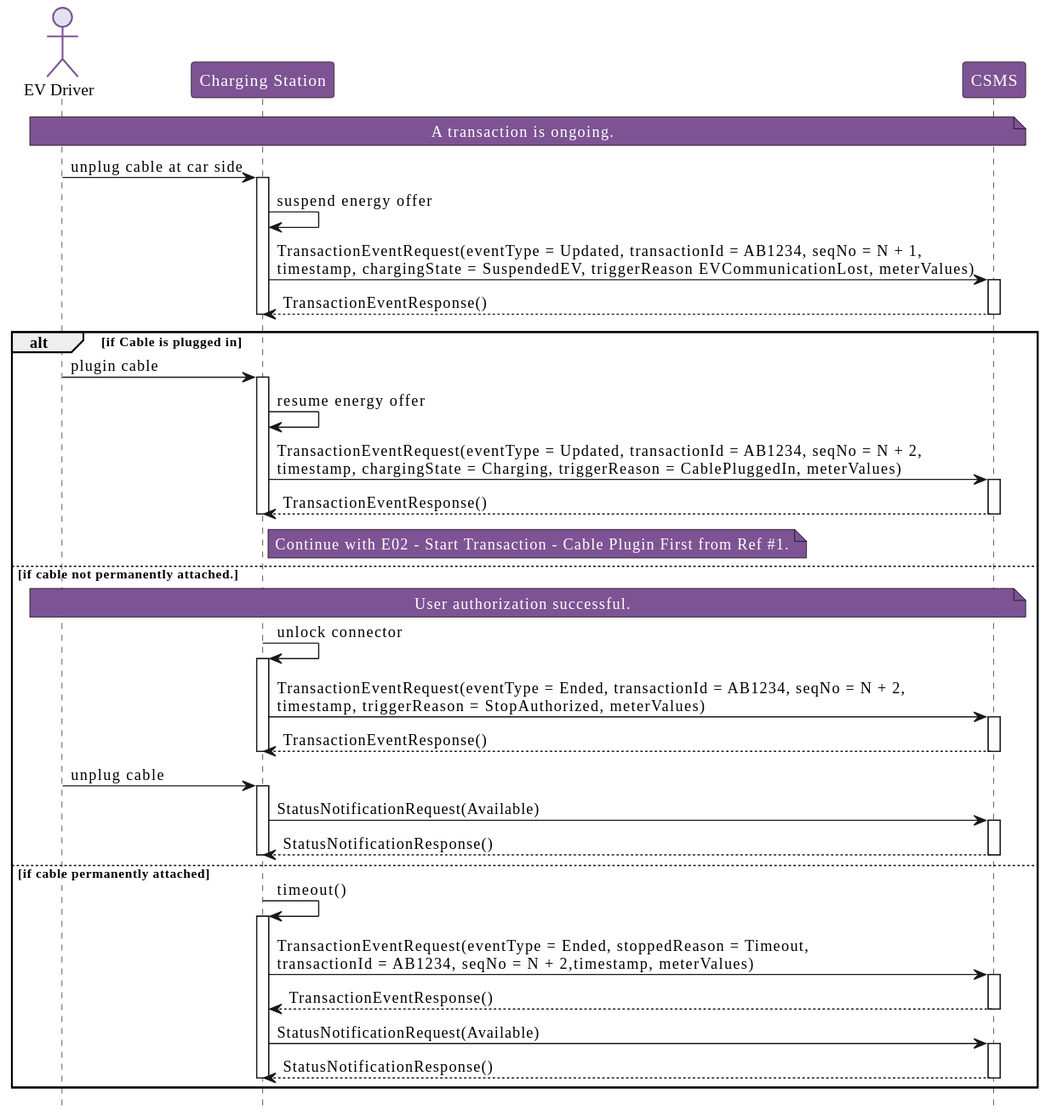
The PlantUML diagram OCPP_2.0.1/part2/images/figure_59.svg in phoi5675/ocpp-markdown, before a commit.
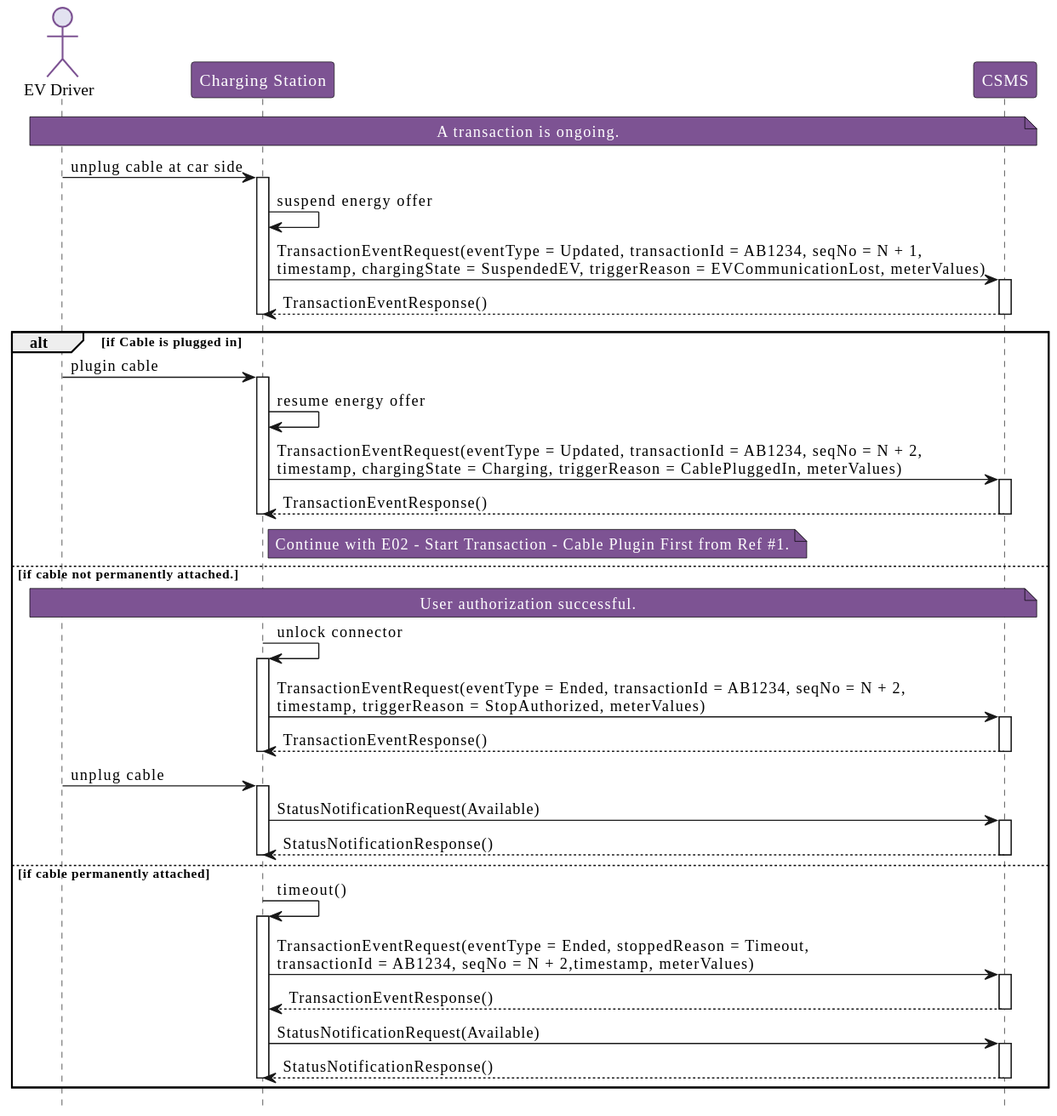
After the commit.

What changed in the source:
```diff
@@ -14,7 +14,7 @@
 
 ChargingStation -> ChargingStation: suspend energy offer
 
-ChargingStation -> CSMS:   TransactionEventRequest(eventType = Updated, transactionId = AB1234, seqNo = N + 1,  \ntimestamp, chargingState = SuspendedEV, triggerReason  EVCommunicationLost, meterValues)
+ChargingStation -> CSMS:   TransactionEventRequest(eventType = Updated, transactionId = AB1234, seqNo = N + 1,  \ntimestamp, chargingState = SuspendedEV, triggerReason = EVCommunicationLost, meterValues)
 activate CSMS
 
 CSMS --> ChargingStation: TransactionEventResponse()
```
